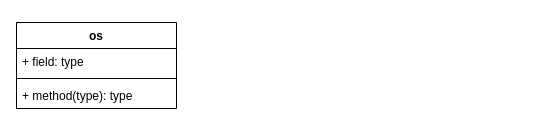
Before: page "runtime" (2 of 2) of jdk/hotspot.drawio in tadsimons/draw, a draw.io diagram. Source tidied: cells renumbered, new cells numbered last; positions are measured from the earlier drawing's top-left corner, leaving out a move shared by most shapes. Both pictures are drawn from the tidied source at 100%, with x=0, y=0 at pixel (16, 22).
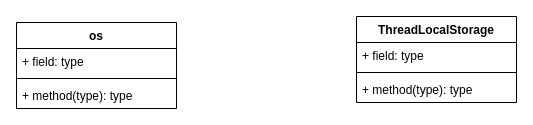
Above is the later version.

The edit, as a diff of the source:
```diff
@@
 <mxGraphModel>
   <root>
     <mxCell id="0" />
     <mxCell id="1" parent="0" />
     <mxCell id="2" value="os" style="swimlane;fontStyle=1;align=center;verticalAlign=top;horizontal=1;startSize=26;" parent="1" vertex="1">
       <mxGeometry width="160" height="86" as="geometry" />
     </mxCell>
     <mxCell id="3" value="+ field: type" style="text;strokeColor=none;fillColor=none;align=left;verticalAlign=top;spacingLeft=4;spacingRight=4;overflow=hidden;" parent="2" vertex="1">
       <mxGeometry y="26" width="160" height="26" as="geometry" />
     </mxCell>
     <mxCell id="4" style="line;strokeWidth=1;fillColor=none;align=left;verticalAlign=middle;spacingTop=-1;spacingLeft=3;spacingRight=3;labelPosition=right;" parent="2" vertex="1">
       <mxGeometry y="52" width="160" height="8" as="geometry" />
     </mxCell>
     <mxCell id="5" value="+ method(type): type" style="text;strokeColor=none;fillColor=none;align=left;verticalAlign=top;spacingLeft=4;spacingRight=4;overflow=hidden;" parent="2" vertex="1">
       <mxGeometry y="60" width="160" height="26" as="geometry" />
     </mxCell>
+    <mxCell id="6" value="ThreadLocalStorage" style="swimlane;fontStyle=1;align=center;verticalAlign=top;horizontal=1;startSize=26;" parent="1" vertex="1">
+      <mxGeometry x="340" y="-6" width="160" height="86" as="geometry" />
+    </mxCell>
+    <mxCell id="7" value="+ field: type" style="text;strokeColor=none;fillColor=none;align=left;verticalAlign=top;spacingLeft=4;spacingRight=4;overflow=hidden;" parent="6" vertex="1">
+      <mxGeometry y="26" width="160" height="26" as="geometry" />
+    </mxCell>
+    <mxCell id="8" style="line;strokeWidth=1;fillColor=none;align=left;verticalAlign=middle;spacingTop=-1;spacingLeft=3;spacingRight=3;labelPosition=right;" parent="6" vertex="1">
+      <mxGeometry y="52" width="160" height="8" as="geometry" />
+    </mxCell>
+    <mxCell id="9" value="+ method(type): type" style="text;strokeColor=none;fillColor=none;align=left;verticalAlign=top;spacingLeft=4;spacingRight=4;overflow=hidden;" parent="6" vertex="1">
+      <mxGeometry y="60" width="160" height="26" as="geometry" />
+    </mxCell>
   </root>
 </mxGraphModel>
```
